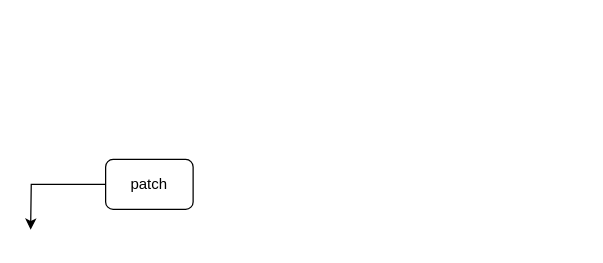
Earlier version of the draw.io diagram page "patch" (2 of 6) of vue.drawio (2889597857/study-vue-js). Source tidied: cells renumbered, new cells numbered last; positions are measured from the earlier drawing's top-left corner, leaving out a move shared by most shapes. Both pictures are drawn from the tidied source at 125%, with x=0, y=0 at pixel (30, 159).
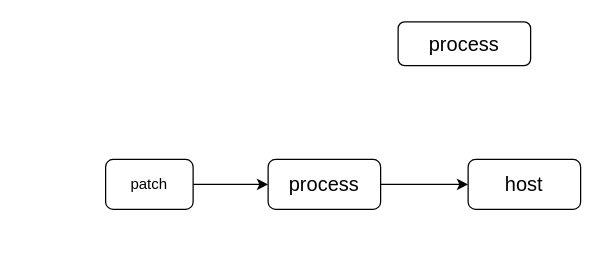
The same page after the edit.

The edit, as a diff of the source:
```diff
@@
 <mxGraphModel>
   <root>
     <mxCell id="0" />
     <mxCell id="1" parent="0" />
-    <mxCell id="2" style="edgeStyle=orthogonalEdgeStyle;rounded=0;jettySize=auto;html=1;" parent="1" edge="1" source="3">
-      <mxGeometry relative="1" as="geometry">
-        <mxPoint y="56.3" as="targetPoint" />
-      </mxGeometry>
-    </mxCell>
+    <mxCell id="4" style="edgeStyle=orthogonalEdgeStyle;rounded=0;jettySize=auto;html=1;fontFamily=Helvetica;fontColor=#000000;" parent="1" edge="1" source="3" target="8">
+      <mxGeometry relative="1" as="geometry" />
+    </mxCell>
-    <mxCell id="3" value="patch" style="rounded=1;whiteSpace=wrap;html=1;" parent="1" vertex="1">
+    <mxCell id="3" value="patch" style="rounded=1;whiteSpace=wrap;html=1;direction=west;" parent="1" vertex="1">
       <mxGeometry x="60" width="70" height="40" as="geometry" />
     </mxCell>
+    <mxCell id="5" value="&lt;div style=&quot;color: rgb(171, 178, 191); background-color: rgb(40, 44, 52); font-family: &amp;quot;Fira Code&amp;quot;, Consolas, &amp;quot;Courier New&amp;quot;, monospace, Consolas, &amp;quot;Courier New&amp;quot;, monospace; font-weight: normal; font-size: 16px; line-height: 22px;&quot;&gt;&lt;br&gt;&lt;/div&gt;" style="text;whiteSpace=wrap;html=1;" parent="1" vertex="1">
+      <mxGeometry x="270" y="-105" width="100" height="50" as="geometry" />
+    </mxCell>
+    <mxCell id="6" value="&lt;span style=&quot;font-size: 16px; text-align: left;&quot;&gt;process&lt;/span&gt;" style="rounded=1;whiteSpace=wrap;html=1;" parent="1" vertex="1">
+      <mxGeometry x="294" y="-110" width="106" height="35" as="geometry" />
+    </mxCell>
+    <mxCell id="7" style="edgeStyle=orthogonalEdgeStyle;rounded=0;jettySize=auto;html=1;fontFamily=Helvetica;fontColor=#000000;" parent="1" edge="1" source="8" target="9">
+      <mxGeometry relative="1" as="geometry" />
+    </mxCell>
+    <mxCell id="8" value="&lt;span style=&quot;font-size: 16px; text-align: left;&quot;&gt;process&lt;/span&gt;" style="rounded=1;whiteSpace=wrap;html=1;direction=west;" parent="1" vertex="1">
+      <mxGeometry x="190" width="90" height="40" as="geometry" />
+    </mxCell>
+    <mxCell id="9" value="&lt;span style=&quot;font-size: 16px; text-align: left;&quot;&gt;host&lt;/span&gt;" style="rounded=1;whiteSpace=wrap;html=1;direction=west;" parent="1" vertex="1">
+      <mxGeometry x="350" width="90" height="40" as="geometry" />
+    </mxCell>
   </root>
 </mxGraphModel>
```
